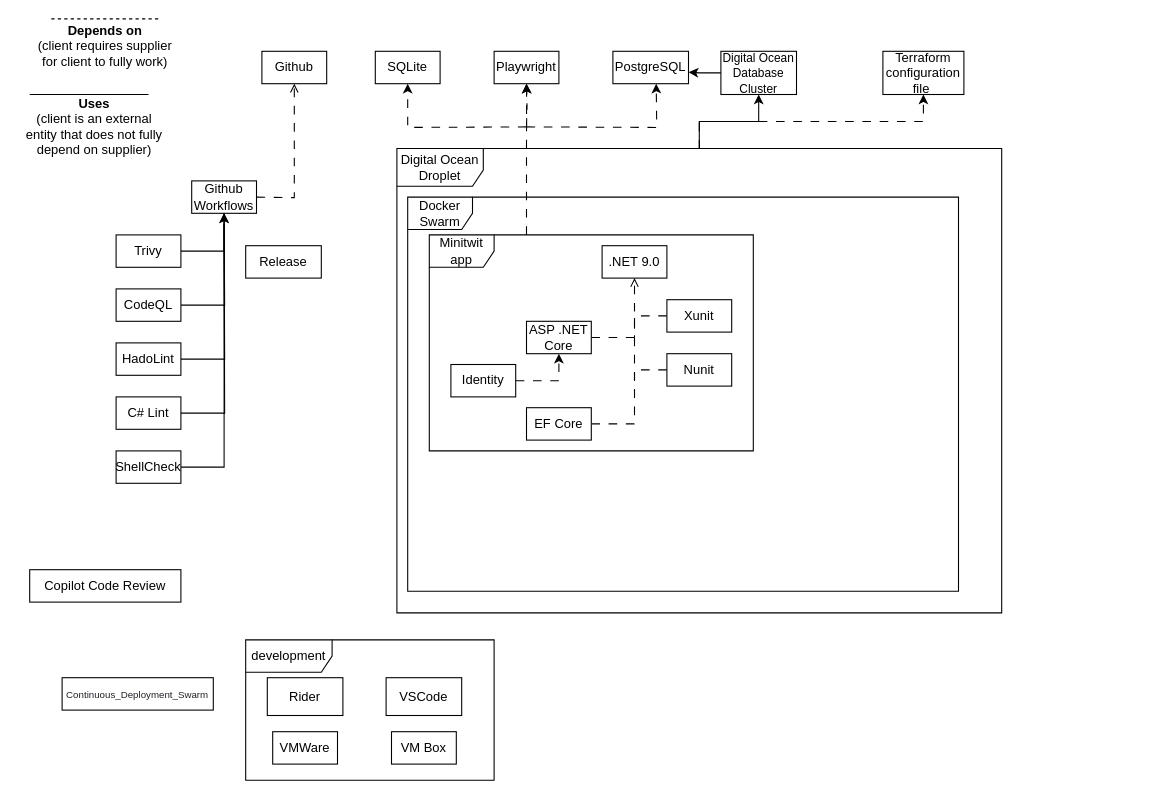
Above: diagrams/dependency_diagram/MiniTwit_dependency_diagram.drawio in Joakim-David/GruppeOG (draw.io), before the change. Source tidied: cells renumbered, new cells numbered last; positions are measured from the earlier drawing's top-left corner, leaving out a move shared by most shapes. Both pictures are drawn from the tidied source at 108%, with x=0, y=0 at pixel (18, 18).
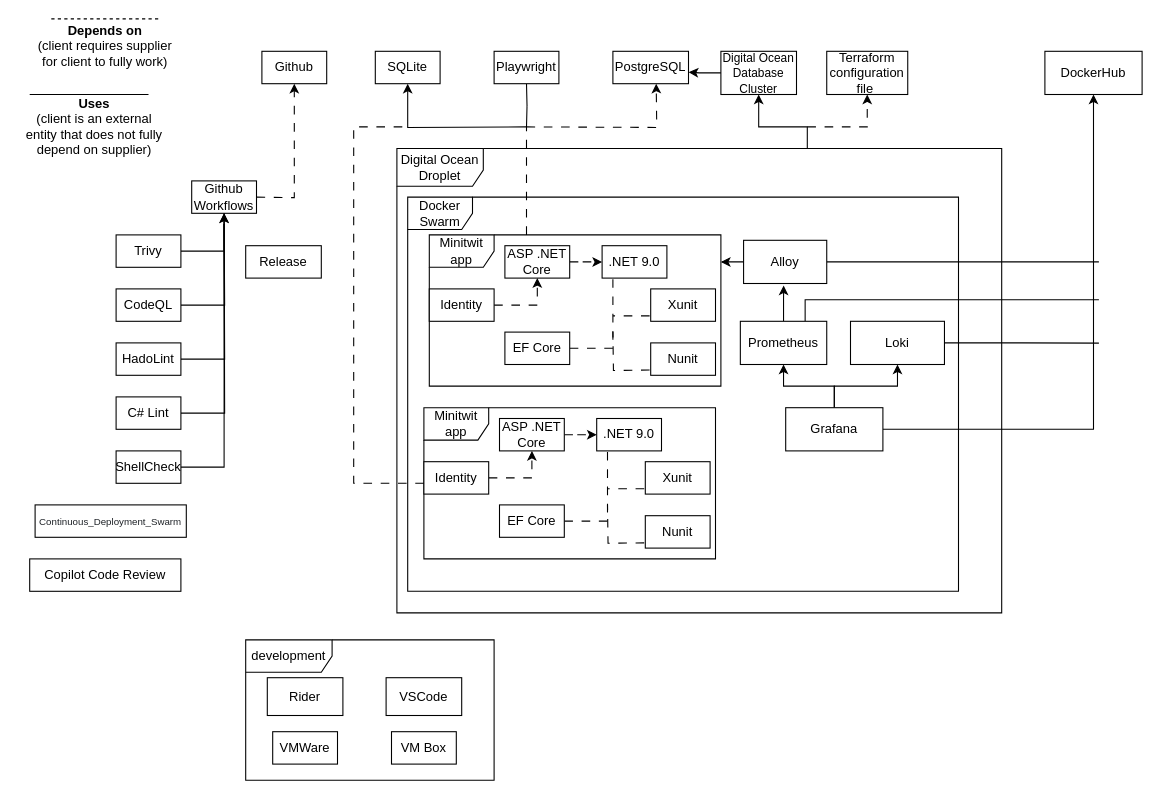
The same diagram, later.

The change refers to these unchanged cells:
```xml
<mxCell id="2" value="Github" style="rounded=0;whiteSpace=wrap;html=1;" parent="1" vertex="1">
  <mxGeometry x="225" y="30" width="60" height="30" as="geometry" />
</mxCell>
<mxCell id="23" value="SQLite" style="rounded=0;whiteSpace=wrap;html=1;" parent="1" vertex="1">
  <mxGeometry x="330" y="30" width="60" height="30" as="geometry" />
</mxCell>
<mxCell id="31" value=".NET 9.0" style="rounded=0;whiteSpace=wrap;html=1;" parent="1" vertex="1">
  <mxGeometry x="540" y="210" width="60" height="30" as="geometry" />
</mxCell>
<mxCell id="48" value="&lt;font style=&quot;font-size: 11px;&quot;&gt;Digital Ocean Database Cluster&lt;/font&gt;" style="html=1;whiteSpace=wrap;" parent="1" vertex="1">
  <mxGeometry x="650" y="30" width="70" height="40" as="geometry" />
</mxCell>
<mxCell id="52" value="Digital Ocean Droplet" style="shape=umlFrame;whiteSpace=wrap;html=1;width=80;height=35;" parent="1" vertex="1">
  <mxGeometry x="350" y="120" width="560" height="430" as="geometry" />
</mxCell>
```

The edit, as a diff of the source:
```diff
@@
-    <mxCell id="3" style="edgeStyle=orthogonalEdgeStyle;rounded=0;jettySize=auto;html=1;entryX=0.5;entryY=1;entryDx=0;entryDy=0;endArrow=open;endFill=0;dashed=1;dashPattern=8 8;" parent="1" edge="1" target="2">
+    <mxCell id="3" style="edgeStyle=orthogonalEdgeStyle;rounded=0;jettySize=auto;html=1;entryX=0.5;entryY=1;entryDx=0;entryDy=0;endArrow=classic;endFill=1;dashed=1;dashPattern=8 8;" parent="1" edge="1" target="2">
       <mxGeometry relative="1" as="geometry">
         <mxPoint x="220" y="165" as="sourcePoint" />
       </mxGeometry>
     </mxCell>
@@
-    <mxCell id="16" style="edgeStyle=orthogonalEdgeStyle;rounded=0;jettySize=auto;html=1;entryX=0.5;entryY=1;entryDx=0;entryDy=0;dashed=1;dashPattern=8 8;" parent="1" edge="1" target="23">
+    <mxCell id="16" style="edgeStyle=orthogonalEdgeStyle;rounded=0;jettySize=auto;html=1;entryX=0.5;entryY=1;entryDx=0;entryDy=0;" parent="1" edge="1" target="23">
       <mxGeometry relative="1" as="geometry">
         <mxPoint x="470" y="100" as="sourcePoint" />
       </mxGeometry>
     </mxCell>
-    <mxCell id="17" style="edgeStyle=orthogonalEdgeStyle;rounded=0;orthogonalLoop=1;jettySize=auto;html=1;entryX=0.5;entryY=1;entryDx=0;entryDy=0;dashed=1;dashPattern=8 8;" parent="1" edge="1">
+    <mxCell id="17" style="edgeStyle=orthogonalEdgeStyle;rounded=0;orthogonalLoop=1;jettySize=auto;html=1;entryX=0.5;entryY=1;entryDx=0;entryDy=0;endArrow=none;endFill=0;" parent="1" edge="1">
       <mxGeometry relative="1" as="geometry">
         <mxPoint x="470" y="100" as="sourcePoint" />
         <mxPoint x="470" y="60" as="targetPoint" />
       </mxGeometry>
     </mxCell>
@@
     <mxCell id="19" value="Copilot Code Review" style="rounded=0;whiteSpace=wrap;html=1;" parent="1" vertex="1">
-      <mxGeometry x="10" y="510" width="140" height="30" as="geometry" />
+      <mxGeometry x="10" y="500" width="140" height="30" as="geometry" />
     </mxCell>
@@
     <mxCell id="26" value="&lt;span style=&quot;color: rgb(31, 35, 40); text-align: start; background-color: rgb(255, 255, 255);&quot;&gt;&lt;font style=&quot;font-size: 9px;&quot; face=&quot;Helvetica&quot;&gt;Continuous_Deployment_Swarm&lt;/font&gt;&lt;/span&gt;" style="rounded=0;whiteSpace=wrap;html=1;" parent="1" vertex="1">
-      <mxGeometry x="40" y="610" width="140" height="30" as="geometry" />
+      <mxGeometry x="15" y="450" width="140" height="30" as="geometry" />
     </mxCell>
-    <mxCell id="27" style="edgeStyle=orthogonalEdgeStyle;rounded=0;jettySize=auto;html=1;dashed=1;dashPattern=8 8;" parent="1" edge="1" source="28">
+    <mxCell id="27" style="edgeStyle=orthogonalEdgeStyle;rounded=0;jettySize=auto;html=1;dashed=1;dashPattern=8 8;endArrow=none;endFill=0;" parent="1" edge="1" source="28">
       <mxGeometry relative="1" as="geometry">
-        <mxPoint x="470.1" y="60" as="targetPoint" />
+        <mxPoint x="470" y="100" as="targetPoint" />
         <Array as="points">
           <mxPoint x="470" y="120" />
           <mxPoint x="470" y="120" />
         </Array>
       </mxGeometry>
     </mxCell>
     <mxCell id="28" value="Minitwit app" style="shape=umlFrame;whiteSpace=wrap;html=1;" parent="1" vertex="1">
-      <mxGeometry x="380" y="200" width="300" height="200" as="geometry" />
+      <mxGeometry x="380" y="200" width="270" height="140" as="geometry" />
     </mxCell>
@@
     <mxCell id="30" value="Identity" style="rounded=0;whiteSpace=wrap;html=1;" parent="1" vertex="1">
-      <mxGeometry x="400" y="320" width="60" height="30" as="geometry" />
+      <mxGeometry x="380" y="250" width="60" height="30" as="geometry" />
     </mxCell>
@@
-    <mxCell id="32" style="edgeStyle=orthogonalEdgeStyle;rounded=0;jettySize=auto;html=1;dashed=1;dashPattern=8 8;endArrow=open;endFill=0;" parent="1" edge="1" source="33" target="31">
+    <mxCell id="32" style="edgeStyle=orthogonalEdgeStyle;rounded=0;jettySize=auto;html=1;dashed=1;dashPattern=8 8;endArrow=classic;endFill=1;" parent="1" edge="1" source="33" target="31">
       <mxGeometry relative="1" as="geometry" />
     </mxCell>
     <mxCell id="33" value="ASP .NET Core" style="rounded=0;whiteSpace=wrap;html=1;" parent="1" vertex="1">
-      <mxGeometry x="470" y="280" width="60" height="30" as="geometry" />
+      <mxGeometry x="450" y="210" width="60" height="30" as="geometry" />
     </mxCell>
     <mxCell id="34" style="edgeStyle=orthogonalEdgeStyle;rounded=0;orthogonalLoop=1;jettySize=auto;html=1;endArrow=none;endFill=0;dashed=1;dashPattern=8 8;" parent="1" edge="1">
       <mxGeometry relative="1" as="geometry">
-        <mxPoint x="530" y="375" as="sourcePoint" />
-        <mxPoint x="570" y="290" as="targetPoint" />
+        <mxPoint x="510" y="305" as="sourcePoint" />
+        <mxPoint x="550" y="240" as="targetPoint" />
         <Array as="points">
-          <mxPoint x="570" y="375" />
+          <mxPoint x="550" y="305" />
         </Array>
       </mxGeometry>
     </mxCell>
     <mxCell id="35" value="EF Core" style="rounded=0;whiteSpace=wrap;html=1;" parent="1" vertex="1">
-      <mxGeometry x="470" y="360" width="60" height="30" as="geometry" />
+      <mxGeometry x="450" y="290" width="60" height="30" as="geometry" />
     </mxCell>
     <mxCell id="36" style="edgeStyle=orthogonalEdgeStyle;rounded=0;orthogonalLoop=1;jettySize=auto;html=1;endArrow=none;endFill=0;dashed=1;dashPattern=8 8;" parent="1" edge="1">
       <mxGeometry relative="1" as="geometry">
         <mxPoint x="600" y="275" as="sourcePoint" />
-        <mxPoint x="570" y="295" as="targetPoint" />
+        <mxPoint x="550" y="275" as="targetPoint" />
       </mxGeometry>
     </mxCell>
     <mxCell id="37" style="edgeStyle=orthogonalEdgeStyle;rounded=0;orthogonalLoop=1;jettySize=auto;html=1;endArrow=none;endFill=0;dashed=1;dashPattern=8 8;" parent="1" edge="1">
       <mxGeometry relative="1" as="geometry">
         <mxPoint x="600" y="325" as="sourcePoint" />
-        <mxPoint x="570" y="345" as="targetPoint" />
+        <mxPoint x="550" y="290" as="targetPoint" />
       </mxGeometry>
     </mxCell>
     <mxCell id="38" value="Xunit" style="rounded=0;whiteSpace=wrap;html=1;" parent="1" vertex="1">
-      <mxGeometry x="600" y="260" width="60" height="30" as="geometry" />
+      <mxGeometry x="585" y="250" width="60" height="30" as="geometry" />
     </mxCell>
     <mxCell id="39" value="Nunit" style="rounded=0;whiteSpace=wrap;html=1;" parent="1" vertex="1">
-      <mxGeometry x="600" y="310" width="60" height="30" as="geometry" />
+      <mxGeometry x="585" y="300" width="60" height="30" as="geometry" />
     </mxCell>
@@
     <mxCell id="44" value="Terraform configuration file&amp;nbsp;" style="html=1;whiteSpace=wrap;" parent="1" vertex="1">
-      <mxGeometry x="800" y="30" width="75" height="40" as="geometry" />
+      <mxGeometry x="748" y="30" width="75" height="40" as="geometry" />
     </mxCell>
@@
     <mxCell id="50" style="edgeStyle=orthogonalEdgeStyle;rounded=0;jettySize=auto;html=1;entryX=0.5;entryY=1;entryDx=0;entryDy=0;" parent="1" edge="1" source="52" target="48">
-      <mxGeometry relative="1" as="geometry" />
+      <mxGeometry relative="1" as="geometry">
+        <Array as="points">
+          <mxPoint x="730" y="100" />
+          <mxPoint x="685" y="100" />
+        </Array>
+      </mxGeometry>
     </mxCell>
-    <mxCell id="51" style="edgeStyle=orthogonalEdgeStyle;rounded=0;jettySize=auto;html=1;entryX=0.5;entryY=1;entryDx=0;entryDy=0;dashed=1;dashPattern=8 8;" parent="1" edge="1" source="52" target="44">
-      <mxGeometry relative="1" as="geometry" />
+    <mxCell id="51" style="edgeStyle=orthogonalEdgeStyle;rounded=0;jettySize=auto;html=1;entryX=0.5;entryY=1;entryDx=0;entryDy=0;dashed=1;dashPattern=8 8;" parent="1" edge="1" target="44">
+      <mxGeometry relative="1" as="geometry">
+        <mxPoint x="730" y="100" as="sourcePoint" />
+        <Array as="points">
+          <mxPoint x="785" y="100" />
+        </Array>
+      </mxGeometry>
     </mxCell>
@@
+    <mxCell id="54" style="edgeStyle=orthogonalEdgeStyle;rounded=0;jettySize=auto;html=1;exitX=1;exitY=0.5;exitDx=0;exitDy=0;endArrow=none;endFill=0;" parent="1" edge="1" source="55">
+      <mxGeometry relative="1" as="geometry">
+        <mxPoint x="1000" y="225" as="targetPoint" />
+      </mxGeometry>
+    </mxCell>
+    <mxCell id="55" value="Alloy" style="html=1;whiteSpace=wrap;" parent="1" vertex="1">
+      <mxGeometry x="671" y="205" width="77" height="40" as="geometry" />
+    </mxCell>
+    <mxCell id="56" style="edgeStyle=orthogonalEdgeStyle;rounded=0;jettySize=auto;html=1;exitX=1;exitY=0.5;exitDx=0;exitDy=0;endArrow=none;endFill=0;" parent="1" edge="1" source="57">
+      <mxGeometry relative="1" as="geometry">
+        <mxPoint x="1000" y="300.2" as="targetPoint" />
+      </mxGeometry>
+    </mxCell>
+    <mxCell id="57" value="Loki" style="html=1;whiteSpace=wrap;" parent="1" vertex="1">
+      <mxGeometry x="770" y="280" width="87" height="40" as="geometry" />
+    </mxCell>
+    <mxCell id="58" style="edgeStyle=orthogonalEdgeStyle;rounded=0;jettySize=auto;html=1;entryX=0.482;entryY=1.046;entryDx=0;entryDy=0;entryPerimeter=0;" parent="1" edge="1" source="60" target="55">
+      <mxGeometry relative="1" as="geometry" />
+    </mxCell>
+    <mxCell id="59" style="edgeStyle=orthogonalEdgeStyle;rounded=0;jettySize=auto;html=1;exitX=0.75;exitY=0;exitDx=0;exitDy=0;endArrow=none;endFill=0;" parent="1" edge="1" source="60">
+      <mxGeometry relative="1" as="geometry">
+        <mxPoint x="1000" y="260" as="targetPoint" />
+        <Array as="points">
+          <mxPoint x="728" y="260" />
+        </Array>
+      </mxGeometry>
+    </mxCell>
+    <mxCell id="60" value="Prometheus" style="html=1;whiteSpace=wrap;" parent="1" vertex="1">
+      <mxGeometry x="668" y="280" width="80" height="40" as="geometry" />
+    </mxCell>
+    <mxCell id="61" style="edgeStyle=orthogonalEdgeStyle;rounded=0;jettySize=auto;html=1;entryX=0.5;entryY=1;entryDx=0;entryDy=0;" parent="1" edge="1" source="64" target="60">
+      <mxGeometry relative="1" as="geometry" />
+    </mxCell>
+    <mxCell id="62" style="edgeStyle=orthogonalEdgeStyle;rounded=0;jettySize=auto;html=1;entryX=0.5;entryY=1;entryDx=0;entryDy=0;" parent="1" edge="1" source="64" target="57">
+      <mxGeometry relative="1" as="geometry" />
+    </mxCell>
+    <mxCell id="63" style="edgeStyle=orthogonalEdgeStyle;rounded=0;jettySize=auto;html=1;entryX=0.5;entryY=1;entryDx=0;entryDy=0;" parent="1" edge="1" source="64" target="79">
+      <mxGeometry relative="1" as="geometry" />
+    </mxCell>
+    <mxCell id="64" value="Grafana" style="html=1;whiteSpace=wrap;" parent="1" vertex="1">
+      <mxGeometry x="710" y="360" width="90" height="40" as="geometry" />
+    </mxCell>
+    <mxCell id="65" value="Minitwit app" style="shape=umlFrame;whiteSpace=wrap;html=1;" parent="1" vertex="1">
+      <mxGeometry x="375" y="360" width="270" height="140" as="geometry" />
+    </mxCell>
+    <mxCell id="66" style="edgeStyle=orthogonalEdgeStyle;rounded=0;jettySize=auto;html=1;entryX=0.5;entryY=1;entryDx=0;entryDy=0;dashed=1;dashPattern=8 8;" parent="1" edge="1" source="67" target="70">
+      <mxGeometry relative="1" as="geometry" />
+    </mxCell>
+    <mxCell id="67" value="Identity" style="rounded=0;whiteSpace=wrap;html=1;" parent="1" vertex="1">
+      <mxGeometry x="375" y="410" width="60" height="30" as="geometry" />
+    </mxCell>
+    <mxCell id="68" value=".NET 9.0" style="rounded=0;whiteSpace=wrap;html=1;" parent="1" vertex="1">
+      <mxGeometry x="535" y="370" width="60" height="30" as="geometry" />
+    </mxCell>
+    <mxCell id="69" style="edgeStyle=orthogonalEdgeStyle;rounded=0;jettySize=auto;html=1;dashed=1;dashPattern=8 8;endArrow=classic;endFill=1;" parent="1" edge="1" source="70" target="68">
+      <mxGeometry relative="1" as="geometry" />
+    </mxCell>
+    <mxCell id="70" value="ASP .NET Core" style="rounded=0;whiteSpace=wrap;html=1;" parent="1" vertex="1">
+      <mxGeometry x="445" y="370" width="60" height="30" as="geometry" />
+    </mxCell>
+    <mxCell id="71" style="edgeStyle=orthogonalEdgeStyle;rounded=0;orthogonalLoop=1;jettySize=auto;html=1;endArrow=none;endFill=0;dashed=1;dashPattern=8 8;" parent="1" edge="1">
+      <mxGeometry relative="1" as="geometry">
+        <mxPoint x="505" y="465" as="sourcePoint" />
+        <mxPoint x="545" y="400" as="targetPoint" />
+        <Array as="points">
+          <mxPoint x="545" y="465" />
+        </Array>
+      </mxGeometry>
+    </mxCell>
+    <mxCell id="72" value="EF Core" style="rounded=0;whiteSpace=wrap;html=1;" parent="1" vertex="1">
+      <mxGeometry x="445" y="450" width="60" height="30" as="geometry" />
+    </mxCell>
+    <mxCell id="73" style="edgeStyle=orthogonalEdgeStyle;rounded=0;orthogonalLoop=1;jettySize=auto;html=1;endArrow=none;endFill=0;dashed=1;dashPattern=8 8;" parent="1" edge="1">
+      <mxGeometry relative="1" as="geometry">
+        <mxPoint x="595" y="435" as="sourcePoint" />
+        <mxPoint x="545" y="435" as="targetPoint" />
+      </mxGeometry>
+    </mxCell>
+    <mxCell id="74" style="edgeStyle=orthogonalEdgeStyle;rounded=0;orthogonalLoop=1;jettySize=auto;html=1;endArrow=none;endFill=0;dashed=1;dashPattern=8 8;" parent="1" edge="1">
+      <mxGeometry relative="1" as="geometry">
+        <mxPoint x="595" y="485" as="sourcePoint" />
+        <mxPoint x="545" y="450" as="targetPoint" />
+      </mxGeometry>
+    </mxCell>
+    <mxCell id="75" value="Xunit" style="rounded=0;whiteSpace=wrap;html=1;" parent="1" vertex="1">
+      <mxGeometry x="580" y="410" width="60" height="30" as="geometry" />
+    </mxCell>
+    <mxCell id="76" value="Nunit" style="rounded=0;whiteSpace=wrap;html=1;" parent="1" vertex="1">
+      <mxGeometry x="580" y="460" width="60" height="30" as="geometry" />
+    </mxCell>
+    <mxCell id="77" style="edgeStyle=orthogonalEdgeStyle;rounded=0;jettySize=auto;html=1;dashed=1;dashPattern=8 8;endArrow=none;endFill=0;" parent="1" edge="1" source="65">
+      <mxGeometry relative="1" as="geometry">
+        <mxPoint x="360" y="100" as="targetPoint" />
+        <Array as="points">
+          <mxPoint x="310" y="430" />
+        </Array>
+      </mxGeometry>
+    </mxCell>
+    <mxCell id="78" style="edgeStyle=orthogonalEdgeStyle;rounded=0;jettySize=auto;html=1;" parent="1" edge="1" source="55">
+      <mxGeometry relative="1" as="geometry">
+        <mxPoint x="650" y="225" as="targetPoint" />
+      </mxGeometry>
+    </mxCell>
+    <mxCell id="79" value="DockerHub" style="whiteSpace=wrap;html=1;" parent="1" vertex="1">
+      <mxGeometry x="950" y="30" width="90" height="40" as="geometry" />
+    </mxCell>
```
